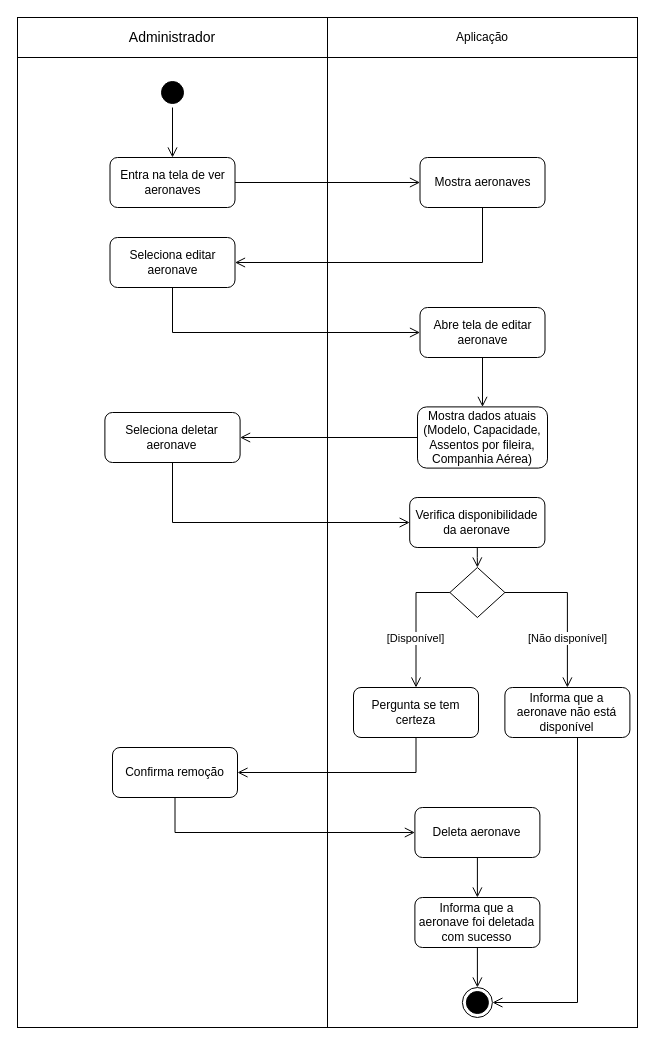
This is Diagramas/Eng_de_Software/Modelos/Atividade/Delete_Aeronave.drawio from GabrielGMori/trabalho-conclus-o-ano, a draw.io file, before an edit. Source tidied: cells renumbered, new cells numbered last; positions are measured from the earlier drawing's top-left corner, leaving out a move shared by most shapes. Both pictures are drawn from the tidied source at 100%, with x=0, y=0 at pixel (17, 17).
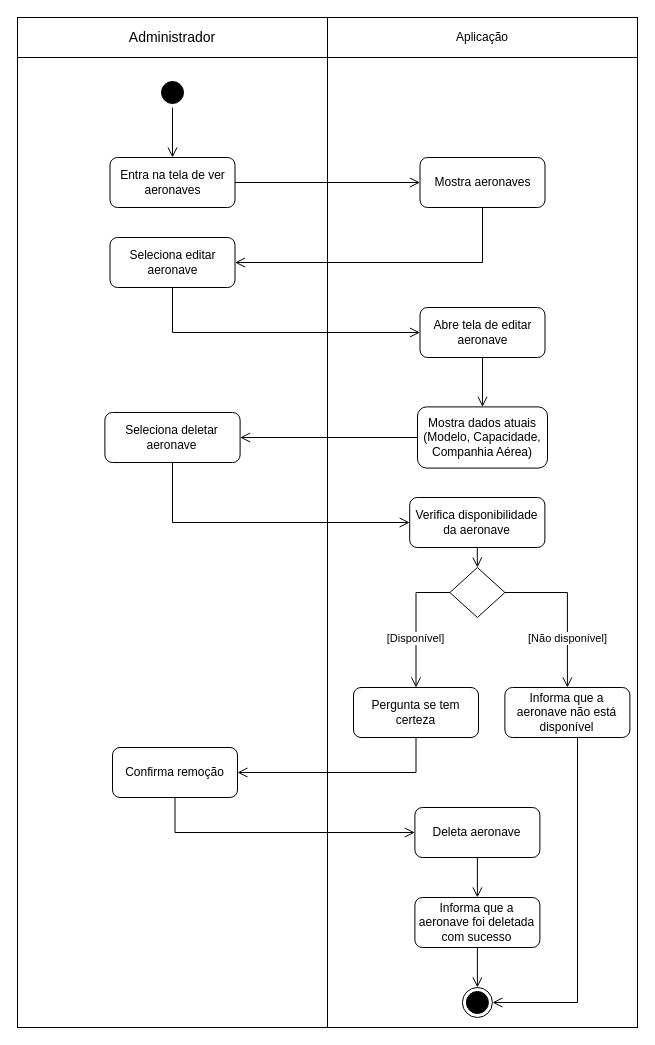
The same diagram, later.

Diff of the diagram source:
```diff
@@
-    <mxCell id="9" value="Mostra dados atuais (Modelo, Capacidade, Assentos por fileira, Companhia Aérea)" style="rounded=1;whiteSpace=wrap;html=1;" parent="1" vertex="1">
+    <mxCell id="9" value="Mostra dados atuais (Modelo, Capacidade, Companhia Aérea)" style="rounded=1;whiteSpace=wrap;html=1;" parent="1" vertex="1">
       <mxGeometry x="400" y="389.4" width="130" height="61.2" as="geometry" />
     </mxCell>
```
